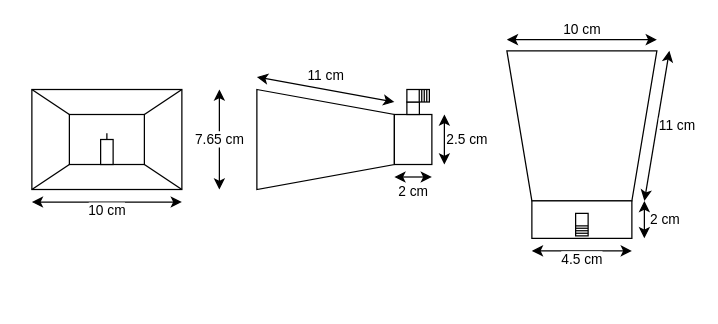
Before: report/figures/horn_diagram.drawio in rikkeskov/p5-beam-steering, a draw.io diagram. Source tidied: cells renumbered, new cells numbered last; positions are measured from the earlier drawing's top-left corner, leaving out a move shared by most shapes. Both pictures are drawn from the tidied source at 125%, with x=0, y=0 at pixel (31, 39).
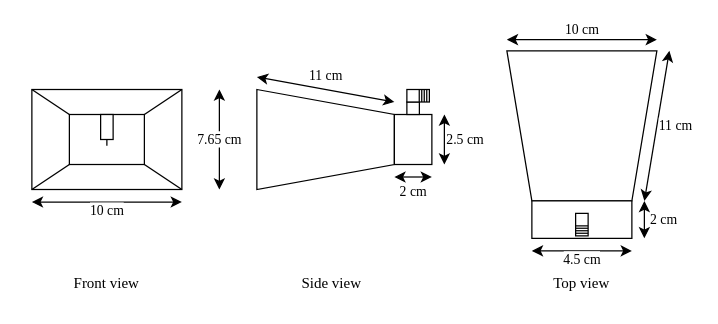
The same page after the edit.

Diff of the diagram source:
```diff
@@
-    <mxCell id="3" value="7.65 cm" style="endArrow=classic;startArrow=classic;html=1;rounded=0;labelPosition=center;verticalLabelPosition=middle;align=center;verticalAlign=middle;" parent="1" edge="1">
+    <mxCell id="3" value="7.65 cm" style="endArrow=classic;startArrow=classic;html=1;rounded=0;labelPosition=center;verticalLabelPosition=middle;align=center;verticalAlign=middle;fontFamily=Times New Roman;" parent="1" edge="1">
       <mxGeometry relative="1" as="geometry">
         <mxPoint x="150" y="120.1" as="sourcePoint" />
         <mxPoint x="150" y="40.1" as="targetPoint" />
       </mxGeometry>
     </mxCell>
@@
-    <mxCell id="5" value="2.5 cm" style="endArrow=classic;startArrow=classic;html=1;rounded=0;labelPosition=right;verticalLabelPosition=middle;align=left;verticalAlign=middle;" parent="1" edge="1">
+    <mxCell id="5" value="2.5 cm" style="endArrow=classic;startArrow=classic;html=1;rounded=0;labelPosition=right;verticalLabelPosition=middle;align=left;verticalAlign=middle;fontFamily=Times New Roman;" parent="1" edge="1">
       <mxGeometry relative="1" as="geometry">
         <mxPoint x="330" y="100.1" as="sourcePoint" />
         <mxPoint x="330" y="60.1" as="targetPoint" />
       </mxGeometry>
     </mxCell>
-    <mxCell id="6" value="11 cm" style="endArrow=classic;startArrow=classic;html=1;rounded=0;labelPosition=center;verticalLabelPosition=top;align=center;verticalAlign=bottom;spacingBottom=2;" parent="1" edge="1">
+    <mxCell id="6" value="11 cm" style="endArrow=classic;startArrow=classic;html=1;rounded=0;labelPosition=center;verticalLabelPosition=top;align=center;verticalAlign=bottom;spacingBottom=2;fontFamily=Times New Roman;" parent="1" edge="1">
       <mxGeometry relative="1" as="geometry">
         <mxPoint x="180" y="30.1" as="sourcePoint" />
         <mxPoint x="290" y="50.1" as="targetPoint" />
       </mxGeometry>
     </mxCell>
@@
-    <mxCell id="8" value="2 cm" style="endArrow=classic;startArrow=classic;html=1;rounded=0;labelPosition=center;verticalLabelPosition=bottom;align=center;verticalAlign=top;spacingTop=-1;" parent="1" edge="1">
+    <mxCell id="8" value="2 cm" style="endArrow=classic;startArrow=classic;html=1;rounded=0;labelPosition=center;verticalLabelPosition=bottom;align=center;verticalAlign=top;spacingTop=-1;fontFamily=Times New Roman;" parent="1" edge="1">
       <mxGeometry relative="1" as="geometry">
         <mxPoint x="290" y="110.1" as="sourcePoint" />
         <mxPoint x="320" y="110.1" as="targetPoint" />
       </mxGeometry>
     </mxCell>
@@
     <mxCell id="20" style="rounded=0;whiteSpace=wrap;html=1;" parent="1" vertex="1">
-      <mxGeometry x="55" y="80.1" width="10" height="20" as="geometry" />
+      <mxGeometry x="55" y="60.1" width="10" height="20" as="geometry" />
     </mxCell>
     <mxCell id="21" style="endArrow=none;html=1;rounded=0;" parent="1" edge="1">
       <mxGeometry relative="1" as="geometry">
-        <mxPoint x="60" y="80.1" as="sourcePoint" />
-        <mxPoint x="60" y="75.1" as="targetPoint" />
+        <mxPoint x="60" y="85.1" as="sourcePoint" />
+        <mxPoint x="60" y="80.1" as="targetPoint" />
       </mxGeometry>
     </mxCell>
-    <mxCell id="22" value="10 cm" style="endArrow=classic;startArrow=classic;html=1;rounded=0;labelPosition=center;verticalLabelPosition=top;align=center;verticalAlign=bottom;spacingTop=0;spacingBottom=-1;" parent="1" edge="1">
+    <mxCell id="22" value="10 cm" style="endArrow=classic;startArrow=classic;html=1;rounded=0;labelPosition=center;verticalLabelPosition=top;align=center;verticalAlign=bottom;spacingTop=0;spacingBottom=-1;fontFamily=Times New Roman;" parent="1" edge="1">
       <mxGeometry relative="1" as="geometry">
         <mxPoint x="380" y="0.2" as="sourcePoint" />
         <mxPoint x="500" y="0.2" as="targetPoint" />
       </mxGeometry>
     </mxCell>
@@
-    <mxCell id="24" value="4.5 cm" style="endArrow=classic;startArrow=classic;html=1;rounded=0;labelPosition=center;verticalLabelPosition=bottom;align=center;verticalAlign=top;spacingTop=-6;" parent="1" edge="1">
+    <mxCell id="24" value="4.5 cm" style="endArrow=classic;startArrow=classic;html=1;rounded=0;labelPosition=center;verticalLabelPosition=bottom;align=center;verticalAlign=top;spacingTop=-6;fontFamily=Times New Roman;" parent="1" edge="1">
       <mxGeometry relative="1" as="geometry">
         <mxPoint x="400" y="169.2" as="sourcePoint" />
         <mxPoint x="480" y="169.2" as="targetPoint" />
       </mxGeometry>
     </mxCell>
@@
-    <mxCell id="26" value="&lt;div&gt;2 cm&lt;/div&gt;" style="endArrow=classic;startArrow=classic;html=1;rounded=0;labelPosition=right;verticalLabelPosition=middle;align=left;verticalAlign=middle;spacingRight=0;spacingLeft=3;" parent="1" edge="1">
+    <mxCell id="26" value="&lt;div&gt;2 cm&lt;/div&gt;" style="endArrow=classic;startArrow=classic;html=1;rounded=0;labelPosition=right;verticalLabelPosition=middle;align=left;verticalAlign=middle;spacingRight=0;spacingLeft=3;fontFamily=Times New Roman;" parent="1" edge="1">
       <mxGeometry relative="1" as="geometry">
         <mxPoint x="490" y="159.2" as="sourcePoint" />
         <mxPoint x="490" y="129.2" as="targetPoint" />
       </mxGeometry>
     </mxCell>
@@
-    <mxCell id="32" value="&lt;div&gt;11 cm&lt;/div&gt;" style="endArrow=classic;startArrow=classic;html=1;rounded=0;labelPosition=right;verticalLabelPosition=middle;align=left;verticalAlign=middle;" parent="1" edge="1">
+    <mxCell id="32" value="&lt;div&gt;11 cm&lt;/div&gt;" style="endArrow=classic;startArrow=classic;html=1;rounded=0;labelPosition=right;verticalLabelPosition=middle;align=left;verticalAlign=middle;fontFamily=Times New Roman;" parent="1" edge="1">
       <mxGeometry relative="1" as="geometry">
         <mxPoint x="490" y="129.2" as="sourcePoint" />
         <mxPoint x="510" y="9.2" as="targetPoint" />
       </mxGeometry>
     </mxCell>
-    <mxCell id="33" value="10 cm" style="endArrow=classic;startArrow=classic;html=1;rounded=0;labelPosition=center;verticalLabelPosition=bottom;align=center;verticalAlign=top;spacingTop=-6;spacingBottom=0;" parent="1" edge="1">
+    <mxCell id="33" value="10 cm" style="endArrow=classic;startArrow=classic;html=1;rounded=0;labelPosition=center;verticalLabelPosition=bottom;align=center;verticalAlign=top;spacingTop=-6;spacingBottom=0;fontFamily=Times New Roman;" parent="1" edge="1">
       <mxGeometry relative="1" as="geometry">
         <mxPoint y="130.1" as="sourcePoint" />
         <mxPoint x="120" y="130.1" as="targetPoint" />
       </mxGeometry>
     </mxCell>
+    <mxCell id="34" value="&lt;font face=&quot;Times New Roman&quot;&gt;Front view&lt;br&gt;&lt;/font&gt;" style="text;html=1;align=center;verticalAlign=middle;whiteSpace=wrap;rounded=0;" parent="1" vertex="1">
+      <mxGeometry x="30" y="180" width="60" height="30" as="geometry" />
+    </mxCell>
+    <mxCell id="35" value="&lt;font face=&quot;Times New Roman&quot;&gt;Side view&lt;br&gt;&lt;/font&gt;" style="text;html=1;align=center;verticalAlign=middle;whiteSpace=wrap;rounded=0;" parent="1" vertex="1">
+      <mxGeometry x="210" y="180" width="60" height="30" as="geometry" />
+    </mxCell>
+    <mxCell id="36" value="&lt;font face=&quot;Times New Roman&quot;&gt;Top view&lt;br&gt;&lt;/font&gt;" style="text;html=1;align=center;verticalAlign=middle;whiteSpace=wrap;rounded=0;" parent="1" vertex="1">
+      <mxGeometry x="410" y="180" width="60" height="30" as="geometry" />
+    </mxCell>
```
